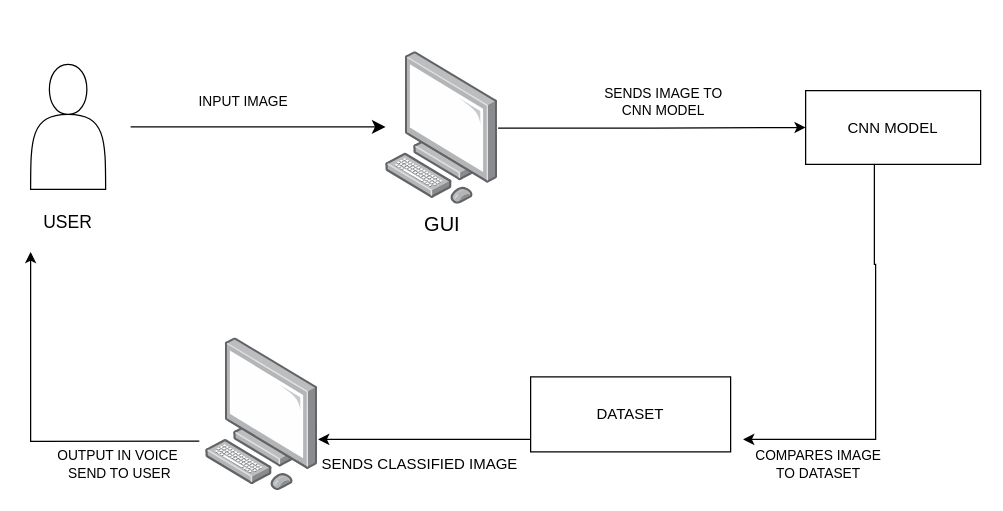
Above: architecture.drawio in AshbinShajee/desktop-tutorial (draw.io), before the change. Source tidied: cells renumbered, new cells numbered last; positions are measured from the earlier drawing's top-left corner, leaving out a move shared by most shapes. Both pictures are drawn from the tidied source at 125%, with x=0, y=0 at pixel (30, 51).
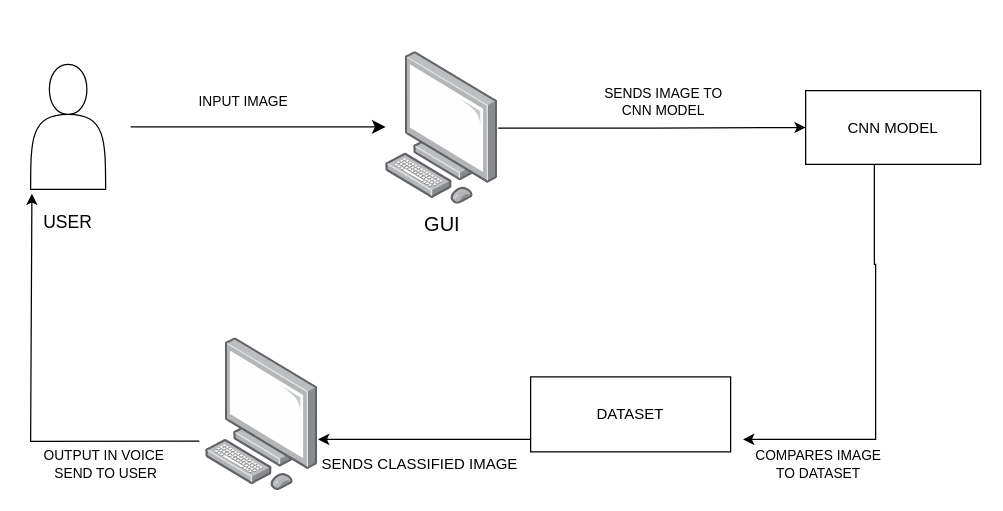
The same page after the edit.

Change to the diagram source:
```diff
@@
 <mxGraphModel>
   <root>
     <mxCell id="0" />
     <mxCell id="1" parent="0" />
     <mxCell id="2" value="&lt;font style=&quot;font-size: 14px;&quot;&gt;&lt;br&gt;&lt;br&gt;&lt;br&gt;&lt;br&gt;&lt;br&gt;&lt;br&gt;&lt;br&gt;&lt;br&gt;&lt;br&gt;USER&lt;/font&gt;" style="shape=actor;whiteSpace=wrap;html=1;" parent="1" vertex="1">
       <mxGeometry y="10" width="60" height="100" as="geometry" />
     </mxCell>
     <mxCell id="3" value="INPUT IMAGE" style="edgeStyle=segmentEdgeStyle;endArrow=classic;html=1;curved=0;rounded=0;endSize=8;startSize=8;" parent="1" edge="1" target="5">
       <mxGeometry x="-0.12" y="20" relative="1" as="geometry">
         <mxPoint x="80" y="60" as="sourcePoint" />
       </mxGeometry>
     </mxCell>
     <mxCell id="4" value="SENDS IMAGE TO&lt;br&gt;CNN MODEL" style="edgeStyle=orthogonalEdgeStyle;rounded=0;jettySize=auto;html=1;entryX=0;entryY=0.5;entryDx=0;entryDy=0;" parent="1" edge="1" source="5" target="7">
       <mxGeometry x="0.07" y="21" relative="1" as="geometry" />
     </mxCell>
     <mxCell id="5" value="&lt;font size=&quot;3&quot;&gt;GUI&lt;/font&gt;" style="image;points=[];html=1;align=center;shadow=0;dashed=0;image=img/lib/allied_telesis/computer_and_terminals/Personal_Computer.svg;" parent="1" vertex="1">
       <mxGeometry x="284" width="90" height="122" as="geometry" />
     </mxCell>
     <mxCell id="6" value="COMPARES IMAGE&lt;br&gt;TO DATASET" style="edgeStyle=orthogonalEdgeStyle;rounded=0;jettySize=auto;html=1;" parent="1" edge="1" source="7">
       <mxGeometry x="0.63" y="20" relative="1" as="geometry">
         <mxPoint x="570" y="310" as="targetPoint" />
         <Array as="points">
           <mxPoint x="675" y="170" />
           <mxPoint x="676" y="170" />
           <mxPoint x="676" y="310" />
         </Array>
       </mxGeometry>
     </mxCell>
     <mxCell id="7" value="CNN MODEL" style="rounded=0;whiteSpace=wrap;html=1;" parent="1" vertex="1">
       <mxGeometry x="620" y="31" width="140" height="59" as="geometry" />
     </mxCell>
     <mxCell id="8" value="&lt;font style=&quot;font-size: 12px;&quot;&gt;SENDS CLASSIFIED IMAGE&lt;/font&gt;" style="edgeStyle=orthogonalEdgeStyle;rounded=0;jettySize=auto;html=1;" parent="1" edge="1" source="9">
       <mxGeometry x="0.05" y="20" relative="1" as="geometry">
         <mxPoint x="230" y="310" as="targetPoint" />
         <Array as="points">
           <mxPoint x="260" y="310" />
           <mxPoint x="260" y="310" />
         </Array>
       </mxGeometry>
     </mxCell>
     <mxCell id="9" value="DATASET" style="rounded=0;whiteSpace=wrap;html=1;" parent="1" vertex="1">
       <mxGeometry x="400" y="260" width="160" height="60" as="geometry" />
     </mxCell>
-    <mxCell id="10" value="OUTPUT IN VOICE&amp;nbsp;&lt;br&gt;SEND TO USER" style="edgeStyle=orthogonalEdgeStyle;rounded=0;jettySize=auto;html=1;exitX=-0.056;exitY=0.676;exitDx=0;exitDy=0;exitPerimeter=0;" parent="1" edge="1" source="11">
+    <mxCell id="10" value="OUTPUT IN VOICE&amp;nbsp;&lt;br&gt;SEND TO USER" style="edgeStyle=orthogonalEdgeStyle;rounded=0;jettySize=auto;html=1;exitX=-0.056;exitY=0.676;exitDx=0;exitDy=0;exitPerimeter=0;entryX=0.017;entryY=1.035;entryDx=0;entryDy=0;entryPerimeter=0;" parent="1" edge="1" source="11" target="2">
       <mxGeometry x="-0.55" y="19" relative="1" as="geometry">
-        <mxPoint y="160" as="targetPoint" />
         <Array as="points">
           <mxPoint y="312" />
         </Array>
       </mxGeometry>
     </mxCell>
     <mxCell id="11" style="image;points=[];html=1;align=center;shadow=0;dashed=0;image=img/lib/allied_telesis/computer_and_terminals/Personal_Computer.svg;" parent="1" vertex="1">
       <mxGeometry x="140" y="229" width="90" height="122" as="geometry" />
     </mxCell>
   </root>
 </mxGraphModel>
```
